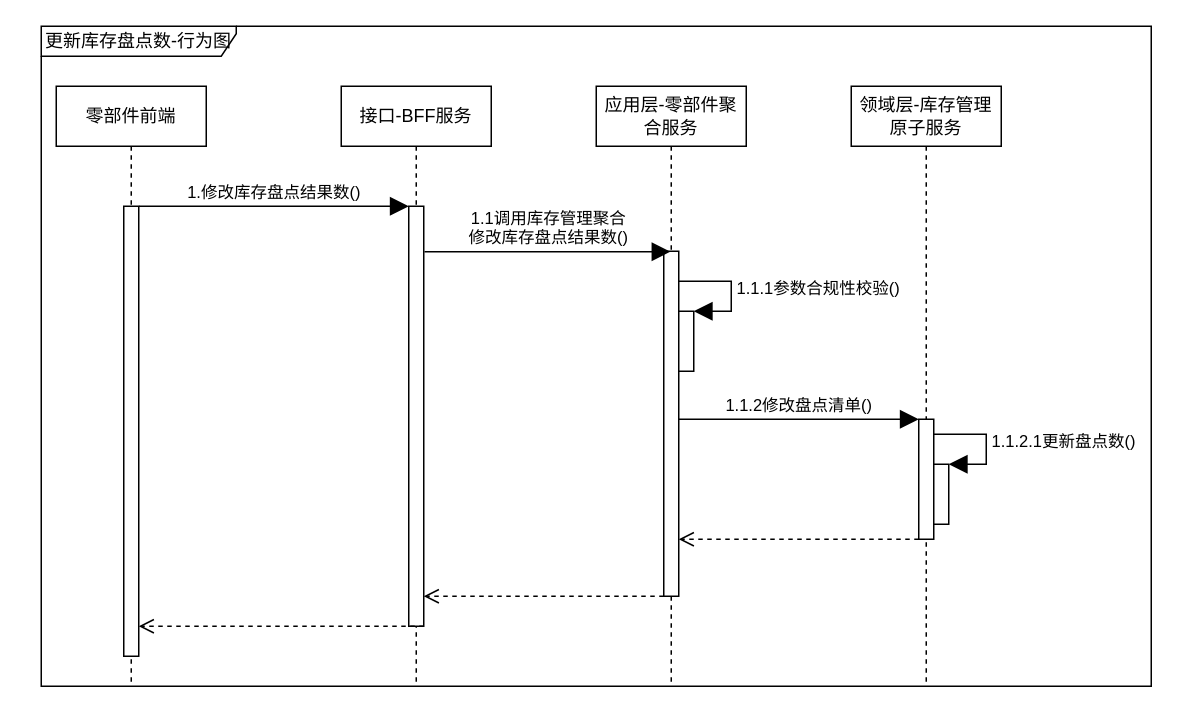
Above: page "更新盘点结果行为图" (3 of 6) of 库存管理-库存盘点.drawio in 1132489442/gitRepository1 (draw.io), before the change. Source tidied: cells renumbered, new cells numbered last; positions are measured from the earlier drawing's top-left corner, leaving out a move shared by most shapes. Both pictures are drawn from the tidied source at 150%, with x=0, y=0 at pixel (40, 26).
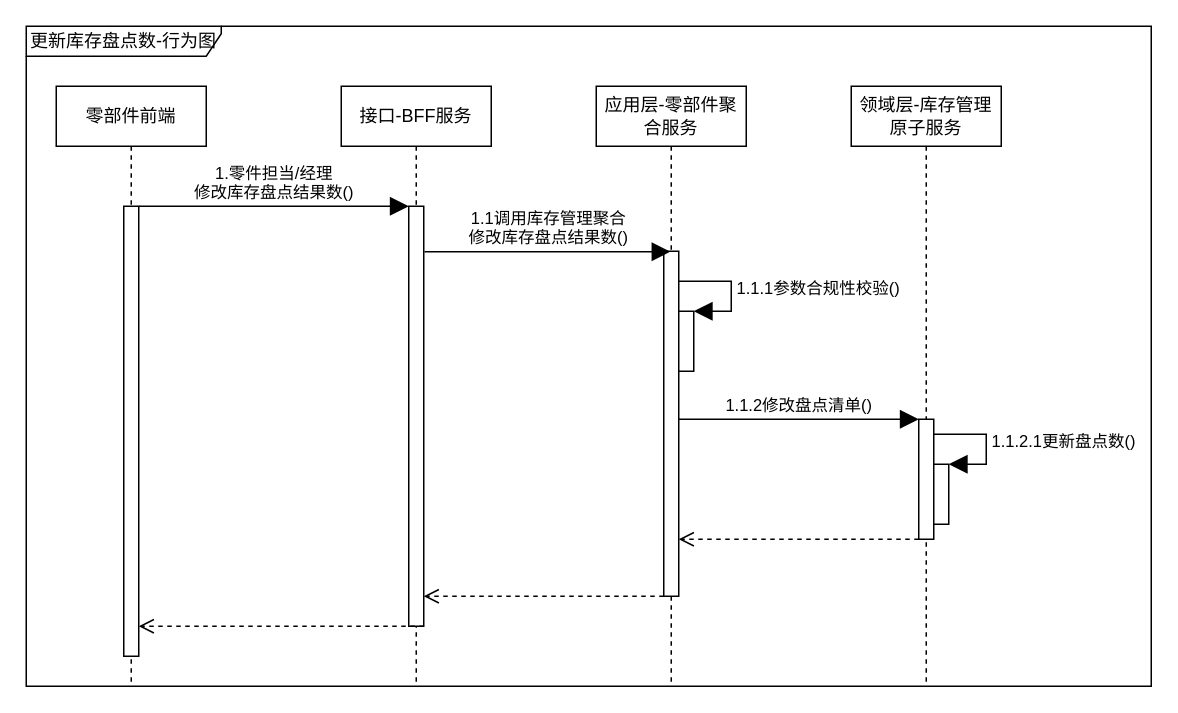
The same page after the edit.

What changed in the source:
```diff
@@
-    <mxCell id="15" value="1.修改库存盘点结果数()" style="html=1;verticalAlign=bottom;endArrow=block;rounded=0;endSize=10;" parent="1" edge="1">
+    <mxCell id="15" value="1.零件担当/经理&lt;br&gt;修改库存盘点结果数()" style="html=1;verticalAlign=bottom;endArrow=block;rounded=0;endSize=10;" parent="1" edge="1">
       <mxGeometry relative="1" as="geometry">
         <mxPoint x="65.1" y="120" as="sourcePoint" />
         <mxPoint x="245" y="120" as="targetPoint" />
       </mxGeometry>
     </mxCell>
@@
     <mxCell id="19" value="更新库存盘点数-行为图" style="shape=umlFrame;whiteSpace=wrap;html=1;fillColor=#FFFFFF;width=130;height=20;" parent="1" vertex="1">
-      <mxGeometry width="740" height="440" as="geometry" />
+      <mxGeometry x="-10" width="750" height="440" as="geometry" />
     </mxCell>
```
